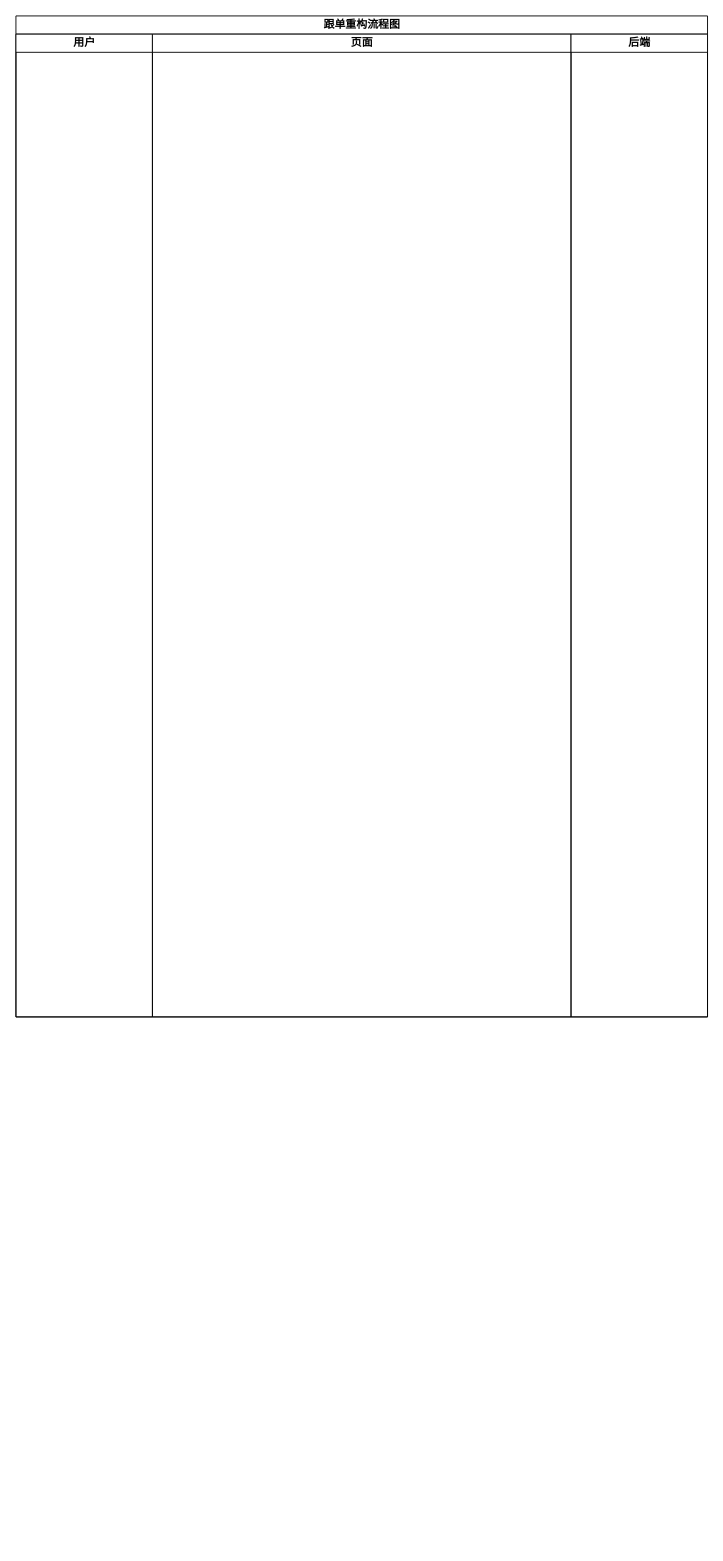
Above: 跟单重构.drawio in wenwenwei/- (draw.io), before the change. Source tidied: cells renumbered, new cells numbered last; positions are measured from the earlier drawing's top-left corner, leaving out a move shared by most shapes. Both pictures are drawn from the tidied source at 91%, with x=0, y=0 at pixel (15, 15).
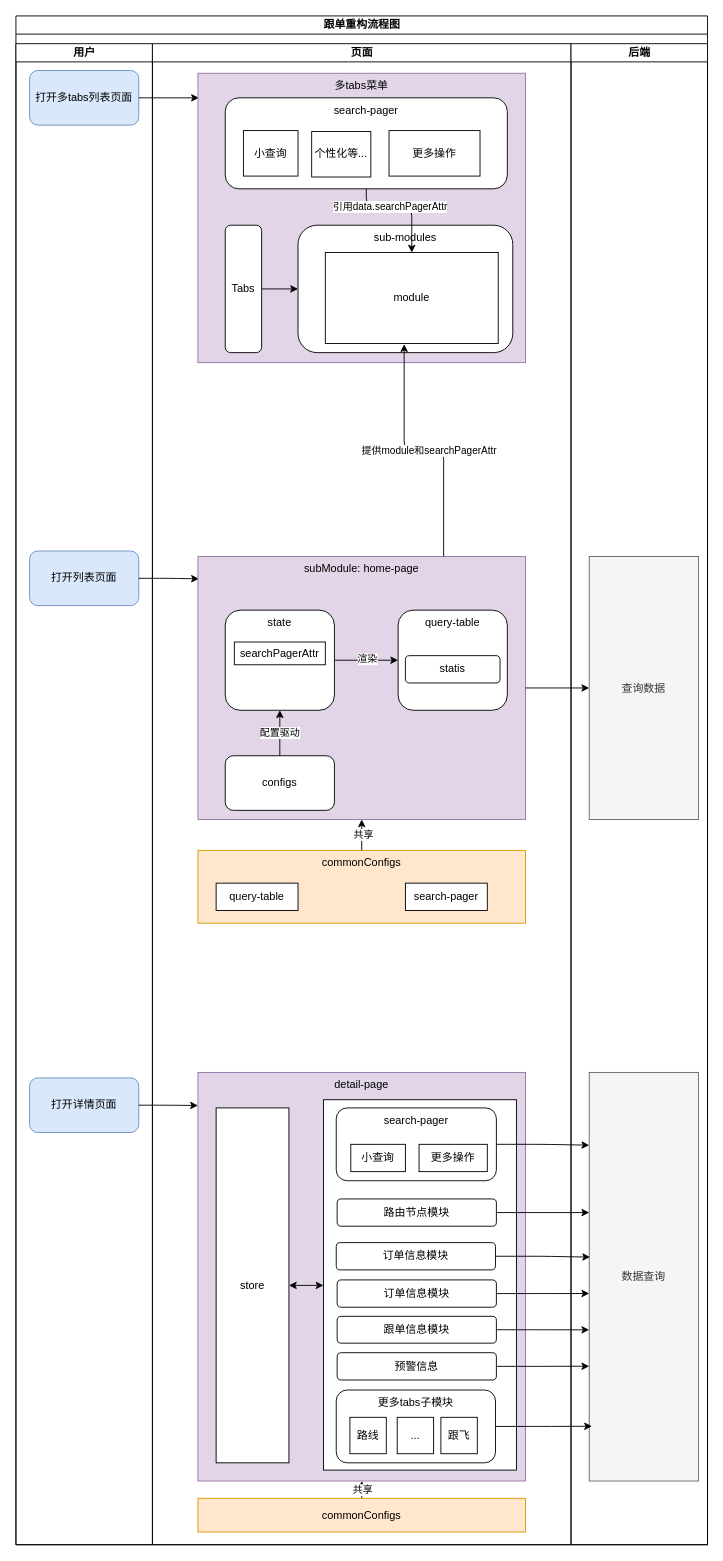
The same diagram, later.

Commit message (it also covers changes not shown here):
更新跟单重构.drawio

What changed in the source:
```diff
@@
     <mxCell id="2" style="group;" parent="1" vertex="1">
-      <mxGeometry width="760" height="1100" as="geometry" />
+      <mxGeometry width="760" height="1680" as="geometry" />
     </mxCell>
     <mxCell id="3" value="跟单重构流程图" style="swimlane;startSize=20;html=1;" parent="2" vertex="1">
-      <mxGeometry width="760" height="1100" as="geometry" />
+      <mxGeometry width="760" height="1680" as="geometry" />
     </mxCell>
     <mxCell id="4" value="用户" style="swimlane;startSize=20;html=1;" parent="2" vertex="1">
-      <mxGeometry y="20" width="150" height="1080" as="geometry" />
+      <mxGeometry y="30.5" width="150" height="1649.5" as="geometry" />
     </mxCell>
     <mxCell id="5" value="页面" style="swimlane;startSize=20;html=1;" parent="2" vertex="1">
-      <mxGeometry x="150" y="20" width="460" height="1080" as="geometry" />
+      <mxGeometry x="150" y="30.5" width="460" height="1649.5" as="geometry" />
     </mxCell>
     <mxCell id="6" value="后端" style="swimlane;startSize=20;html=1;" parent="2" vertex="1">
-      <mxGeometry x="610" y="20" width="150" height="1080" as="geometry" />
+      <mxGeometry x="610" y="30.5" width="150" height="1649.5" as="geometry" />
     </mxCell>
+    <mxCell id="7" style="group;rounded=0;" parent="1" vertex="1">
+      <mxGeometry x="15" y="588" width="735" height="409" as="geometry" />
+    </mxCell>
+    <mxCell id="8" value="打开列表页面" style="rounded=1;whiteSpace=wrap;html=1;fillColor=#dae8fc;strokeColor=#6c8ebf;" parent="7" vertex="1">
+      <mxGeometry width="120" height="60" as="geometry" />
+    </mxCell>
+    <mxCell id="9" style="edgeStyle=orthogonalEdgeStyle;rounded=1;jettySize=auto;html=1;exitX=1;exitY=0.5;exitDx=0;exitDy=0;entryX=0.003;entryY=0.085;entryDx=0;entryDy=0;entryPerimeter=0;" parent="7" edge="1" source="8" target="12">
+      <mxGeometry relative="1" as="geometry" />
+    </mxCell>
+    <mxCell id="10" value="查询数据" style="rounded=0;whiteSpace=wrap;html=1;fillColor=#f5f5f5;strokeColor=#666666;fontColor=#333333;" parent="7" vertex="1">
+      <mxGeometry x="615" y="6" width="120" height="289" as="geometry" />
+    </mxCell>
+    <mxCell id="11" style="group;" parent="7" vertex="1">
+      <mxGeometry x="185" y="6" width="360" height="403" as="geometry" />
+    </mxCell>
+    <mxCell id="12" value="subModule: home-page" style="rounded=0;whiteSpace=wrap;html=1;verticalAlign=top;fillColor=#e1d5e7;strokeColor=#9673a6;" parent="11" vertex="1">
+      <mxGeometry width="360" height="289" as="geometry" />
+    </mxCell>
+    <mxCell id="13" value="query-table" style="rounded=1;whiteSpace=wrap;html=1;verticalAlign=top;" parent="11" vertex="1">
+      <mxGeometry x="220" y="59" width="120" height="110" as="geometry" />
+    </mxCell>
+    <mxCell id="14" value="statis" style="rounded=1;whiteSpace=wrap;html=1;" parent="11" vertex="1">
+      <mxGeometry x="228" y="109" width="104" height="30" as="geometry" />
+    </mxCell>
+    <mxCell id="15" value="configs" style="rounded=1;whiteSpace=wrap;html=1;" parent="11" vertex="1">
+      <mxGeometry x="30" y="219" width="120" height="60" as="geometry" />
+    </mxCell>
+    <mxCell id="16" style="edgeStyle=orthogonalEdgeStyle;rounded=1;jettySize=auto;html=1;exitX=1;exitY=0.5;exitDx=0;exitDy=0;entryX=0;entryY=0.5;entryDx=0;entryDy=0;" parent="11" edge="1" source="18" target="13">
+      <mxGeometry relative="1" as="geometry" />
+    </mxCell>
+    <mxCell id="17" value="渲染" style="edgeLabel;html=1;align=center;verticalAlign=middle;" parent="16" vertex="1">
+      <mxGeometry y="2" relative="1" as="geometry" />
+    </mxCell>
+    <mxCell id="18" value="state" style="rounded=1;whiteSpace=wrap;html=1;verticalAlign=top;" parent="11" vertex="1">
+      <mxGeometry x="30" y="59" width="120" height="110" as="geometry" />
+    </mxCell>
+    <mxCell id="19" style="edgeStyle=orthogonalEdgeStyle;rounded=1;jettySize=auto;html=1;exitX=0.5;exitY=0;exitDx=0;exitDy=0;entryX=0.5;entryY=1;entryDx=0;entryDy=0;" parent="11" edge="1" source="15" target="18">
+      <mxGeometry relative="1" as="geometry" />
+    </mxCell>
+    <mxCell id="20" value="配置驱动" style="edgeLabel;html=1;align=center;verticalAlign=middle;" parent="19" vertex="1">
+      <mxGeometry x="0.04" y="1" relative="1" as="geometry" />
+    </mxCell>
+    <mxCell id="21" value="searchPagerAttr" style="rounded=0;whiteSpace=wrap;html=1;" parent="11" vertex="1">
+      <mxGeometry x="40" y="94" width="100" height="25" as="geometry" />
+    </mxCell>
+    <mxCell id="22" value="commonConfigs" style="rounded=0;whiteSpace=wrap;html=1;fillColor=#ffe6cc;strokeColor=#d79b00;verticalAlign=top;" parent="11" vertex="1">
+      <mxGeometry y="323" width="360" height="80" as="geometry" />
+    </mxCell>
+    <mxCell id="23" value="query-table" style="rounded=0;whiteSpace=wrap;html=1;" parent="11" vertex="1">
+      <mxGeometry x="20" y="359" width="90" height="30" as="geometry" />
+    </mxCell>
+    <mxCell id="24" value="search-pager" style="rounded=0;whiteSpace=wrap;html=1;" parent="11" vertex="1">
+      <mxGeometry x="228" y="359" width="90" height="30" as="geometry" />
+    </mxCell>
+    <mxCell id="25" style="edgeStyle=orthogonalEdgeStyle;rounded=1;jettySize=auto;html=1;exitX=0.5;exitY=0;exitDx=0;exitDy=0;entryX=0.5;entryY=1;entryDx=0;entryDy=0;" parent="11" edge="1" source="22" target="12">
+      <mxGeometry relative="1" as="geometry" />
+    </mxCell>
+    <mxCell id="26" value="共享" style="edgeLabel;html=1;align=center;verticalAlign=middle;" parent="25" vertex="1">
+      <mxGeometry x="0.06" y="-1" relative="1" as="geometry" />
+    </mxCell>
+    <mxCell id="27" style="edgeStyle=orthogonalEdgeStyle;rounded=1;jettySize=auto;html=1;exitX=1;exitY=0.5;exitDx=0;exitDy=0;entryX=0;entryY=0.5;entryDx=0;entryDy=0;" parent="7" edge="1" source="12" target="10">
+      <mxGeometry relative="1" as="geometry" />
+    </mxCell>
+    <mxCell id="28" value="打开详情页面" style="rounded=1;whiteSpace=wrap;html=1;fillColor=#dae8fc;strokeColor=#6c8ebf;" parent="1" vertex="1">
+      <mxGeometry x="15" y="1167" width="120" height="60" as="geometry" />
+    </mxCell>
+    <mxCell id="29" value="detail-page" style="rounded=0;whiteSpace=wrap;html=1;verticalAlign=top;fillColor=#e1d5e7;strokeColor=#9673a6;" parent="1" vertex="1">
+      <mxGeometry x="200" y="1161" width="360" height="449" as="geometry" />
+    </mxCell>
+    <mxCell id="30" style="edgeStyle=orthogonalEdgeStyle;rounded=1;jettySize=auto;html=1;exitX=1;exitY=0.5;exitDx=0;exitDy=0;entryX=0;entryY=0.081;entryDx=0;entryDy=0;entryPerimeter=0;" parent="1" edge="1" source="28" target="29">
+      <mxGeometry relative="1" as="geometry" />
+    </mxCell>
+    <mxCell id="31" style="edgeStyle=orthogonalEdgeStyle;rounded=1;jettySize=auto;html=1;exitX=0.5;exitY=0;exitDx=0;exitDy=0;entryX=0.5;entryY=1;entryDx=0;entryDy=0;" parent="1" edge="1" source="33" target="29">
+      <mxGeometry relative="1" as="geometry" />
+    </mxCell>
+    <mxCell id="32" value="共享" style="edgeLabel;html=1;align=center;verticalAlign=middle;" parent="31" vertex="1">
+      <mxGeometry x="0.1" relative="1" as="geometry" />
+    </mxCell>
+    <mxCell id="33" value="commonConfigs" style="rounded=0;whiteSpace=wrap;html=1;fillColor=#ffe6cc;strokeColor=#d79b00;" parent="1" vertex="1">
+      <mxGeometry x="200" y="1629" width="360" height="37" as="geometry" />
+    </mxCell>
+    <mxCell id="34" style="edgeStyle=orthogonalEdgeStyle;rounded=1;jettySize=auto;html=1;exitX=1;exitY=0.5;exitDx=0;exitDy=0;entryX=0;entryY=0.5;entryDx=0;entryDy=0;startArrow=classic;startFill=1;" parent="1" edge="1" source="35" target="36">
+      <mxGeometry relative="1" as="geometry" />
+    </mxCell>
+    <mxCell id="35" value="store" style="rounded=0;whiteSpace=wrap;html=1;" parent="1" vertex="1">
+      <mxGeometry x="220" y="1200" width="80" height="390" as="geometry" />
+    </mxCell>
+    <mxCell id="36" style="rounded=0;whiteSpace=wrap;html=1;" parent="1" vertex="1">
+      <mxGeometry x="338" y="1191" width="212" height="407" as="geometry" />
+    </mxCell>
+    <mxCell id="37" style="group;" parent="1" vertex="1">
+      <mxGeometry x="352" y="1200" width="176" height="390" as="geometry" />
+    </mxCell>
+    <mxCell id="38" value="订单信息模块" style="rounded=1;whiteSpace=wrap;html=1;" parent="37" vertex="1">
+      <mxGeometry y="148" width="175" height="30" as="geometry" />
+    </mxCell>
+    <mxCell id="39" value="订单信息模块" style="rounded=1;whiteSpace=wrap;html=1;" parent="37" vertex="1">
+      <mxGeometry x="1" y="189" width="175" height="30" as="geometry" />
+    </mxCell>
+    <mxCell id="40" value="跟单信息模块" style="rounded=1;whiteSpace=wrap;html=1;" parent="37" vertex="1">
+      <mxGeometry x="1" y="229" width="175" height="29.5" as="geometry" />
+    </mxCell>
+    <mxCell id="41" value="预警信息" style="rounded=1;whiteSpace=wrap;html=1;" parent="37" vertex="1">
+      <mxGeometry x="1" y="269" width="175" height="30" as="geometry" />
+    </mxCell>
+    <mxCell id="42" style="group;" parent="37" vertex="1">
+      <mxGeometry width="176" height="80" as="geometry" />
+    </mxCell>
+    <mxCell id="43" value="search-pager" style="rounded=1;whiteSpace=wrap;html=1;verticalAlign=top;" parent="42" vertex="1">
+      <mxGeometry width="176" height="80" as="geometry" />
+    </mxCell>
+    <mxCell id="44" value="小查询" style="rounded=0;whiteSpace=wrap;html=1;" parent="42" vertex="1">
+      <mxGeometry x="16" y="40" width="60" height="30" as="geometry" />
+    </mxCell>
+    <mxCell id="45" value="更多操作" style="rounded=0;whiteSpace=wrap;html=1;" parent="42" vertex="1">
+      <mxGeometry x="91" y="40" width="75" height="30" as="geometry" />
+    </mxCell>
+    <mxCell id="46" style="group;" parent="37" vertex="1">
+      <mxGeometry y="310" width="175" height="80" as="geometry" />
+    </mxCell>
+    <mxCell id="47" value="更多tabs子模块" style="rounded=1;whiteSpace=wrap;html=1;verticalAlign=top;" parent="46" vertex="1">
+      <mxGeometry width="175" height="80" as="geometry" />
+    </mxCell>
+    <mxCell id="48" value="路线" style="rounded=0;whiteSpace=wrap;html=1;" parent="46" vertex="1">
+      <mxGeometry x="15" y="30" width="40" height="40" as="geometry" />
+    </mxCell>
+    <mxCell id="49" value="..." style="rounded=0;whiteSpace=wrap;html=1;" parent="46" vertex="1">
+      <mxGeometry x="67" y="30" width="40" height="40" as="geometry" />
+    </mxCell>
+    <mxCell id="50" value="跟飞" style="rounded=0;whiteSpace=wrap;html=1;" parent="46" vertex="1">
+      <mxGeometry x="115" y="30" width="40" height="40" as="geometry" />
+    </mxCell>
+    <mxCell id="51" value="路由节点模块" style="rounded=1;whiteSpace=wrap;html=1;" parent="37" vertex="1">
+      <mxGeometry x="1" y="100" width="175" height="30" as="geometry" />
+    </mxCell>
+    <mxCell id="52" value="数据查询" style="rounded=0;whiteSpace=wrap;html=1;fillColor=#f5f5f5;fontColor=#333333;strokeColor=#666666;" parent="1" vertex="1">
+      <mxGeometry x="630" y="1161" width="120" height="449" as="geometry" />
+    </mxCell>
+    <mxCell id="53" style="edgeStyle=orthogonalEdgeStyle;rounded=1;jettySize=auto;html=1;exitX=1;exitY=0.5;exitDx=0;exitDy=0;entryX=0;entryY=0.178;entryDx=0;entryDy=0;entryPerimeter=0;" parent="1" edge="1" source="43" target="52">
+      <mxGeometry relative="1" as="geometry" />
+    </mxCell>
+    <mxCell id="54" style="edgeStyle=orthogonalEdgeStyle;rounded=1;jettySize=auto;html=1;exitX=1;exitY=0.5;exitDx=0;exitDy=0;entryX=0;entryY=0.343;entryDx=0;entryDy=0;entryPerimeter=0;" parent="1" edge="1" source="51" target="52">
+      <mxGeometry relative="1" as="geometry" />
+    </mxCell>
+    <mxCell id="55" style="edgeStyle=orthogonalEdgeStyle;rounded=1;jettySize=auto;html=1;exitX=1;exitY=0.5;exitDx=0;exitDy=0;entryX=0.008;entryY=0.452;entryDx=0;entryDy=0;entryPerimeter=0;" parent="1" edge="1" source="38" target="52">
+      <mxGeometry relative="1" as="geometry" />
+    </mxCell>
+    <mxCell id="56" style="edgeStyle=orthogonalEdgeStyle;rounded=1;jettySize=auto;html=1;exitX=1;exitY=0.5;exitDx=0;exitDy=0;entryX=0;entryY=0.541;entryDx=0;entryDy=0;entryPerimeter=0;" parent="1" edge="1" source="39" target="52">
+      <mxGeometry relative="1" as="geometry" />
+    </mxCell>
+    <mxCell id="57" style="edgeStyle=orthogonalEdgeStyle;rounded=1;jettySize=auto;html=1;exitX=1;exitY=0.5;exitDx=0;exitDy=0;entryX=0;entryY=0.63;entryDx=0;entryDy=0;entryPerimeter=0;" parent="1" edge="1" source="40" target="52">
+      <mxGeometry relative="1" as="geometry" />
+    </mxCell>
+    <mxCell id="58" style="edgeStyle=orthogonalEdgeStyle;rounded=1;jettySize=auto;html=1;exitX=1;exitY=0.5;exitDx=0;exitDy=0;entryX=0;entryY=0.719;entryDx=0;entryDy=0;entryPerimeter=0;" parent="1" edge="1" source="41" target="52">
+      <mxGeometry relative="1" as="geometry" />
+    </mxCell>
+    <mxCell id="59" style="edgeStyle=orthogonalEdgeStyle;rounded=1;jettySize=auto;html=1;exitX=1;exitY=0.5;exitDx=0;exitDy=0;entryX=0.025;entryY=0.866;entryDx=0;entryDy=0;entryPerimeter=0;" parent="1" edge="1" source="47" target="52">
+      <mxGeometry relative="1" as="geometry" />
+    </mxCell>
+    <mxCell id="60" value="打开多tabs列表页面" style="rounded=1;whiteSpace=wrap;html=1;fillColor=#dae8fc;strokeColor=#6c8ebf;" parent="1" vertex="1">
+      <mxGeometry x="15" y="60" width="120" height="60" as="geometry" />
+    </mxCell>
+    <mxCell id="61" style="edgeStyle=orthogonalEdgeStyle;rounded=1;jettySize=auto;html=1;exitX=1;exitY=0.5;exitDx=0;exitDy=0;entryX=0.003;entryY=0.085;entryDx=0;entryDy=0;entryPerimeter=0;" parent="1" edge="1" source="60" target="63">
+      <mxGeometry relative="1" as="geometry" />
+    </mxCell>
+    <mxCell id="62" style="group;verticalAlign=middle;" parent="1" vertex="1">
+      <mxGeometry x="200" y="63" width="360" height="318" as="geometry" />
+    </mxCell>
+    <mxCell id="63" value="多tabs菜单" style="rounded=0;whiteSpace=wrap;html=1;verticalAlign=top;fillColor=#e1d5e7;strokeColor=#9673a6;" parent="62" vertex="1">
+      <mxGeometry width="360" height="318" as="geometry" />
+    </mxCell>
+    <mxCell id="64" value="search-pager" style="rounded=1;whiteSpace=wrap;html=1;align=center;verticalAlign=top;" parent="62" vertex="1">
+      <mxGeometry x="30" y="27" width="310" height="100" as="geometry" />
+    </mxCell>
+    <mxCell id="65" value="小查询" style="rounded=0;whiteSpace=wrap;html=1;" parent="62" vertex="1">
+      <mxGeometry x="50" y="63" width="60" height="50" as="geometry" />
+    </mxCell>
+    <mxCell id="66" value="个性化等..." style="rounded=0;whiteSpace=wrap;html=1;" parent="62" vertex="1">
+      <mxGeometry x="125" y="64" width="65" height="50" as="geometry" />
+    </mxCell>
+    <mxCell id="67" value="更多操作" style="rounded=0;whiteSpace=wrap;html=1;" parent="62" vertex="1">
+      <mxGeometry x="210" y="63" width="100" height="50" as="geometry" />
+    </mxCell>
+    <mxCell id="68" value="sub-modules" style="rounded=1;whiteSpace=wrap;html=1;verticalAlign=top;" parent="62" vertex="1">
+      <mxGeometry x="110" y="167" width="236" height="140" as="geometry" />
+    </mxCell>
+    <mxCell id="69" style="edgeStyle=orthogonalEdgeStyle;rounded=1;jettySize=auto;html=1;exitX=1;exitY=0.5;exitDx=0;exitDy=0;entryX=0;entryY=0.5;entryDx=0;entryDy=0;" parent="62" edge="1" source="70" target="68">
+      <mxGeometry relative="1" as="geometry" />
+    </mxCell>
+    <mxCell id="70" value="Tabs" style="rounded=1;whiteSpace=wrap;html=1;" parent="62" vertex="1">
+      <mxGeometry x="30" y="167" width="40" height="140" as="geometry" />
+    </mxCell>
+    <mxCell id="71" value="module" style="rounded=0;whiteSpace=wrap;html=1;verticalAlign=middle;" parent="62" vertex="1">
+      <mxGeometry x="140" y="197" width="190" height="100" as="geometry" />
+    </mxCell>
+    <mxCell id="72" style="edgeStyle=orthogonalEdgeStyle;rounded=1;jettySize=auto;html=1;exitX=0.5;exitY=1;exitDx=0;exitDy=0;entryX=0.5;entryY=0;entryDx=0;entryDy=0;" parent="62" edge="1" source="64" target="71">
+      <mxGeometry relative="1" as="geometry">
+        <Array as="points">
+          <mxPoint x="185" y="147" />
+          <mxPoint x="235" y="147" />
+        </Array>
+      </mxGeometry>
+    </mxCell>
+    <mxCell id="73" value="引用data.searchPagerAttr" style="edgeLabel;html=1;align=center;verticalAlign=middle;" parent="72" vertex="1">
+      <mxGeometry x="-0.25" y="1" relative="1" as="geometry" />
+    </mxCell>
+    <mxCell id="74" style="edgeStyle=orthogonalEdgeStyle;rounded=1;orthogonalLoop=1;jettySize=auto;html=1;exitX=0.5;exitY=1;exitDx=0;exitDy=0;" parent="62" edge="1" source="71" target="71">
+      <mxGeometry relative="1" as="geometry" />
+    </mxCell>
+    <mxCell id="75" style="edgeStyle=orthogonalEdgeStyle;rounded=1;jettySize=auto;html=1;exitX=0.75;exitY=0;exitDx=0;exitDy=0;entryX=0.456;entryY=1.008;entryDx=0;entryDy=0;entryPerimeter=0;" parent="1" edge="1" source="12" target="71">
+      <mxGeometry relative="1" as="geometry" />
+    </mxCell>
+    <mxCell id="76" value="提供module和searchPagerAttr" style="edgeLabel;html=1;align=center;verticalAlign=middle;" parent="75" vertex="1">
+      <mxGeometry x="-0.03" relative="1" as="geometry" />
+    </mxCell>
```
